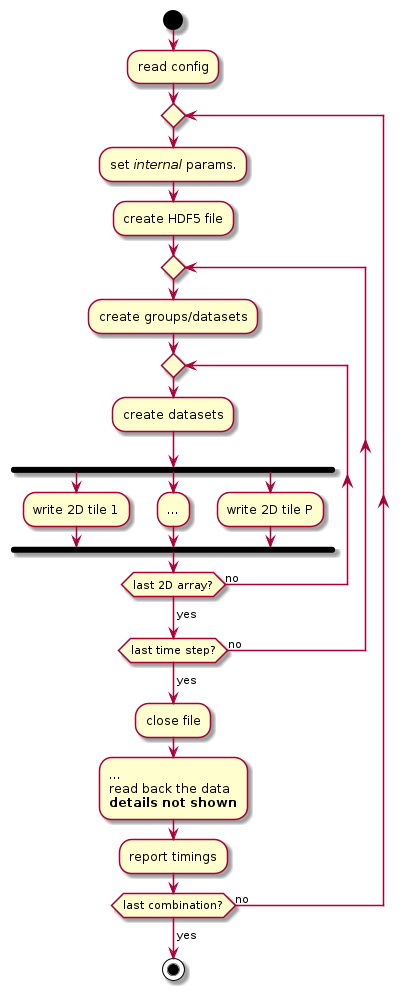
Before: img/flow.png, a diagram exported from PlantUML (HDFGroup/hdf5-iotest).
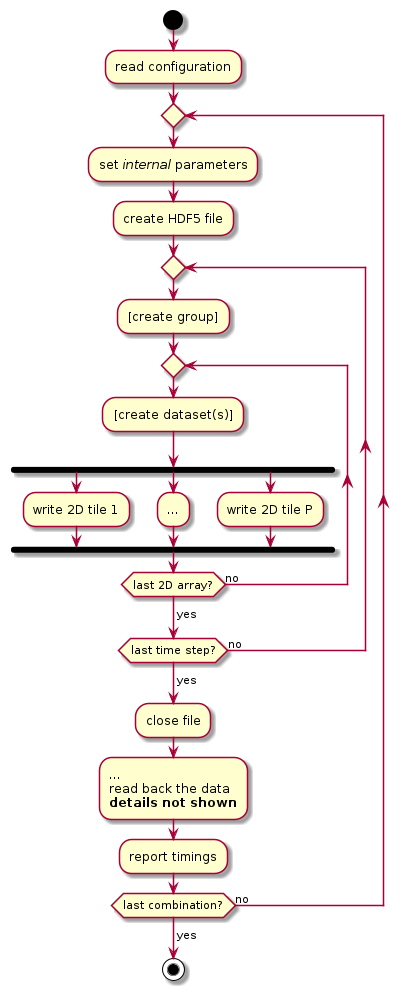
After the change.

Diff of the diagram source:
```diff
@@ -2,14 +2,14 @@
 
 start
 
-:read config;
+:read configuration;
 repeat
-  :set <i>internal</i> params.;
+  :set <i>internal</i> parameters;
   :create HDF5 file;
   repeat
-    :create groups/datasets;
+    :[create group];
     repeat
-      :create datasets;
+      :[create dataset(s)];
       fork
         :write 2D tile 1;
       fork again
```
